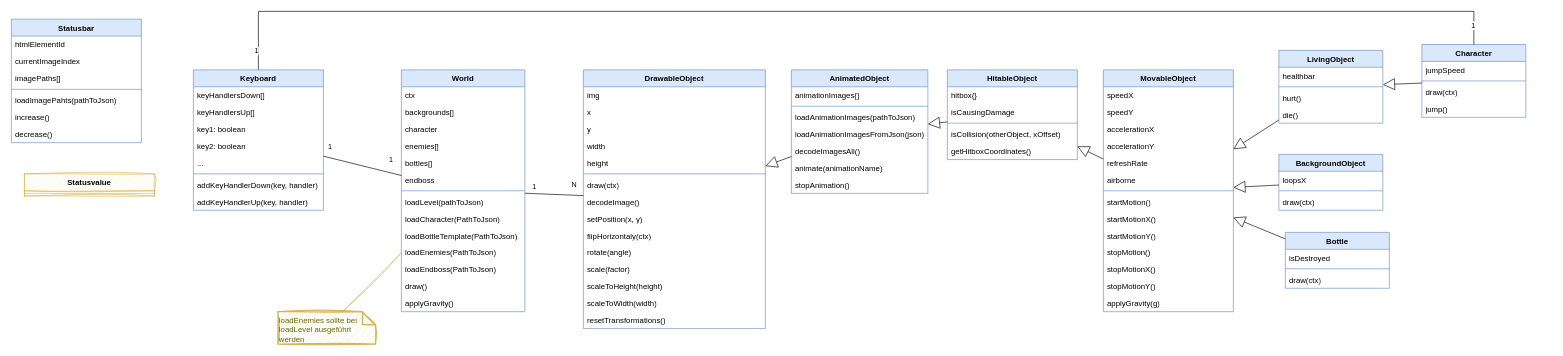
Earlier version of the draw.io diagram uml/classDiagram.drawio (ReinhardWansch/ElPolloLoco). Source tidied: cells renumbered, new cells numbered last; positions are measured from the earlier drawing's top-left corner, leaving out a move shared by most shapes. Both pictures are drawn from the tidied source at 65%, with x=0, y=0 at pixel (11, 11).
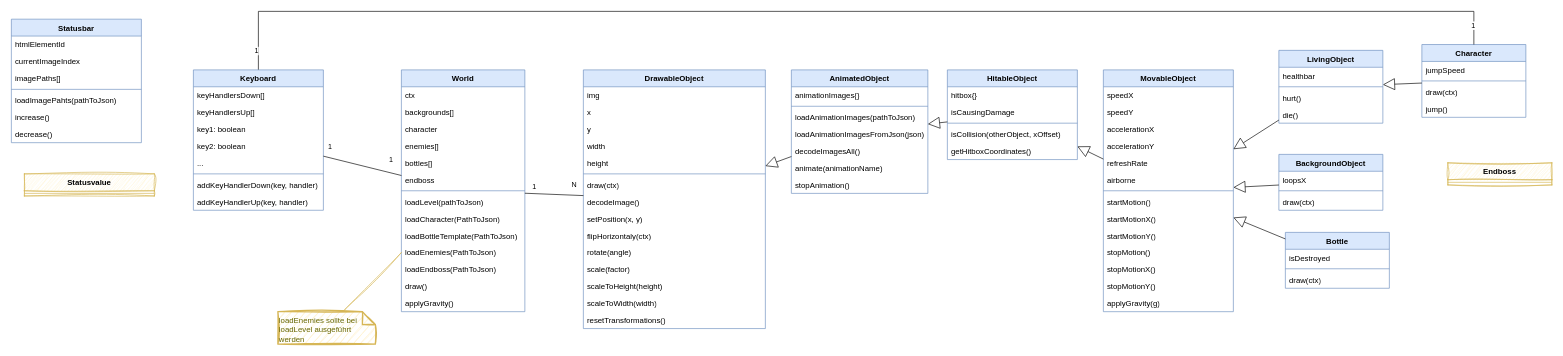
Above is the later version.

The edit, as a diff of the source:
```diff
@@
+    <mxCell id="117" value="Endboss" style="swimlane;fontStyle=1;align=center;verticalAlign=top;horizontal=1;startSize=26;whiteSpace=wrap;html=1;fillColor=#fff2cc;strokeColor=#d6b656;sketch=1;curveFitting=1;jiggle=2;" parent="1" vertex="1">
+      <mxGeometry x="2210" y="233" width="160" height="34" as="geometry" />
+    </mxCell>
+    <mxCell id="118" style="line;strokeWidth=1;fillColor=none;align=left;verticalAlign=middle;spacingTop=-1;spacingLeft=3;spacingRight=3;labelPosition=right;strokeColor=inherit;" parent="117" vertex="1">
+      <mxGeometry y="26" width="160" height="8" as="geometry" />
+    </mxCell>
```
